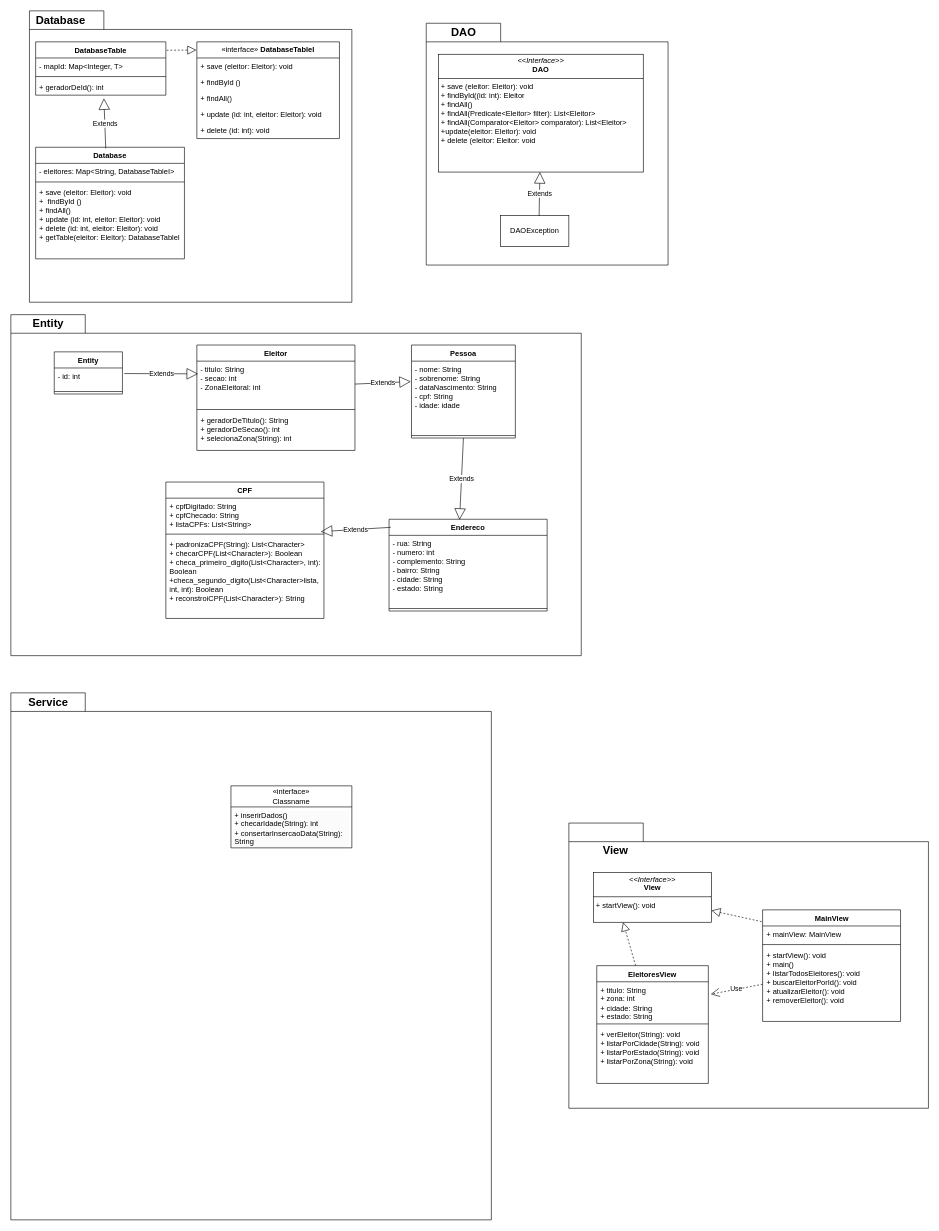
fseabra93/proj_final_LP2 keeps this draw.io diagram as Diagrama sem nome.drawio. Above is the earlier version. Source tidied: cells renumbered, new cells numbered last; positions are measured from the earlier drawing's top-left corner, leaving out a move shared by most shapes. Both pictures are drawn from the tidied source at 62%, with x=0, y=0 at pixel (11, 11).
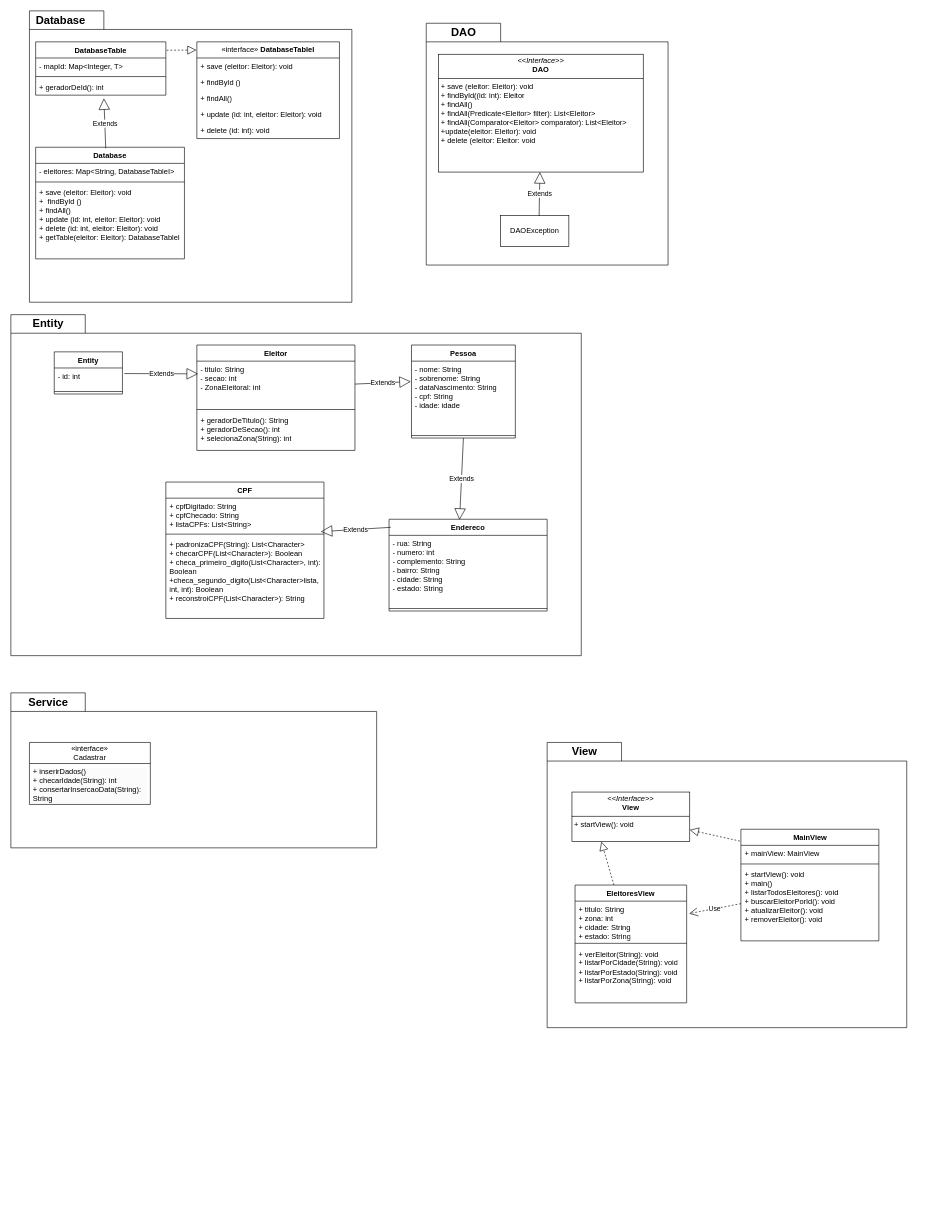
The same diagram, later.

Diff of the diagram source:
```diff
@@
     <mxCell id="31" style="shape=folder;fontStyle=1;spacingTop=10;tabWidth=120;tabHeight=30;tabPosition=left;html=1;whiteSpace=wrap;" parent="1" vertex="1">
-      <mxGeometry x="900" y="1310" width="580" height="460" as="geometry" />
+      <mxGeometry x="865" y="1180" width="580" height="460" as="geometry" />
     </mxCell>
     <mxCell id="32" value="View" style="text;align=center;fontStyle=1;verticalAlign=middle;spacingLeft=3;spacingRight=3;strokeColor=none;html=1;fontSize=18;" parent="1" vertex="1">
-      <mxGeometry x="915" y="1340" width="120" height="30" as="geometry" />
+      <mxGeometry x="865" y="1180" width="120" height="30" as="geometry" />
     </mxCell>
     <mxCell id="33" value="&lt;p style=&quot;margin:0px;margin-top:4px;text-align:center;&quot;&gt;&lt;i&gt;&amp;lt;&amp;lt;Interface&amp;gt;&amp;gt;&lt;/i&gt;&lt;br&gt;&lt;b&gt;View&lt;/b&gt;&lt;/p&gt;&lt;hr size=&quot;1&quot; style=&quot;border-style:solid;&quot;&gt;&lt;p style=&quot;margin:0px;margin-left:4px;&quot;&gt;+ startView(): void&lt;br&gt;&lt;br&gt;&lt;/p&gt;" style="verticalAlign=top;align=left;overflow=fill;html=1;whiteSpace=wrap;" parent="1" vertex="1">
-      <mxGeometry x="940" y="1390" width="190" height="80" as="geometry" />
+      <mxGeometry x="905" y="1260" width="190" height="80" as="geometry" />
     </mxCell>
     <mxCell id="34" value="MainView" style="swimlane;fontStyle=1;align=center;verticalAlign=top;horizontal=1;startSize=26;whiteSpace=wrap;html=1;" parent="1" vertex="1">
-      <mxGeometry x="1212.5" y="1450" width="222.5" height="180" as="geometry" />
+      <mxGeometry x="1177.5" y="1320" width="222.5" height="180" as="geometry" />
     </mxCell>
@@
     <mxCell id="39" value="EleitoresView" style="swimlane;fontStyle=1;align=center;verticalAlign=top;horizontal=1;startSize=26;whiteSpace=wrap;html=1;" parent="1" vertex="1">
-      <mxGeometry x="945" y="1540" width="180" height="190" as="geometry" />
+      <mxGeometry x="910" y="1410" width="180" height="190" as="geometry" />
     </mxCell>
@@
     <mxCell id="44" style="shape=folder;fontStyle=1;spacingTop=10;tabWidth=120;tabHeight=30;tabPosition=left;html=1;whiteSpace=wrap;" parent="1" vertex="1">
-      <mxGeometry y="1100" width="775" height="850" as="geometry" />
+      <mxGeometry y="1100" width="590" height="250" as="geometry" />
     </mxCell>
@@
-    <mxCell id="65" value="&lt;div&gt;«interface»&lt;br&gt;&lt;/div&gt;Classname" style="swimlane;fontStyle=0;horizontal=1;startSize=34;fillColor=none;whiteSpace=wrap;html=1;" parent="1" vertex="1">
-      <mxGeometry x="355" y="1250" width="195" height="100" as="geometry" />
+    <mxCell id="65" value="&lt;div&gt;«interface»&lt;br&gt;&lt;/div&gt;Cadastrar" style="swimlane;fontStyle=0;horizontal=1;startSize=34;fillColor=none;whiteSpace=wrap;html=1;" parent="1" vertex="1">
+      <mxGeometry x="30" y="1180" width="195" height="100" as="geometry" />
     </mxCell>
```
